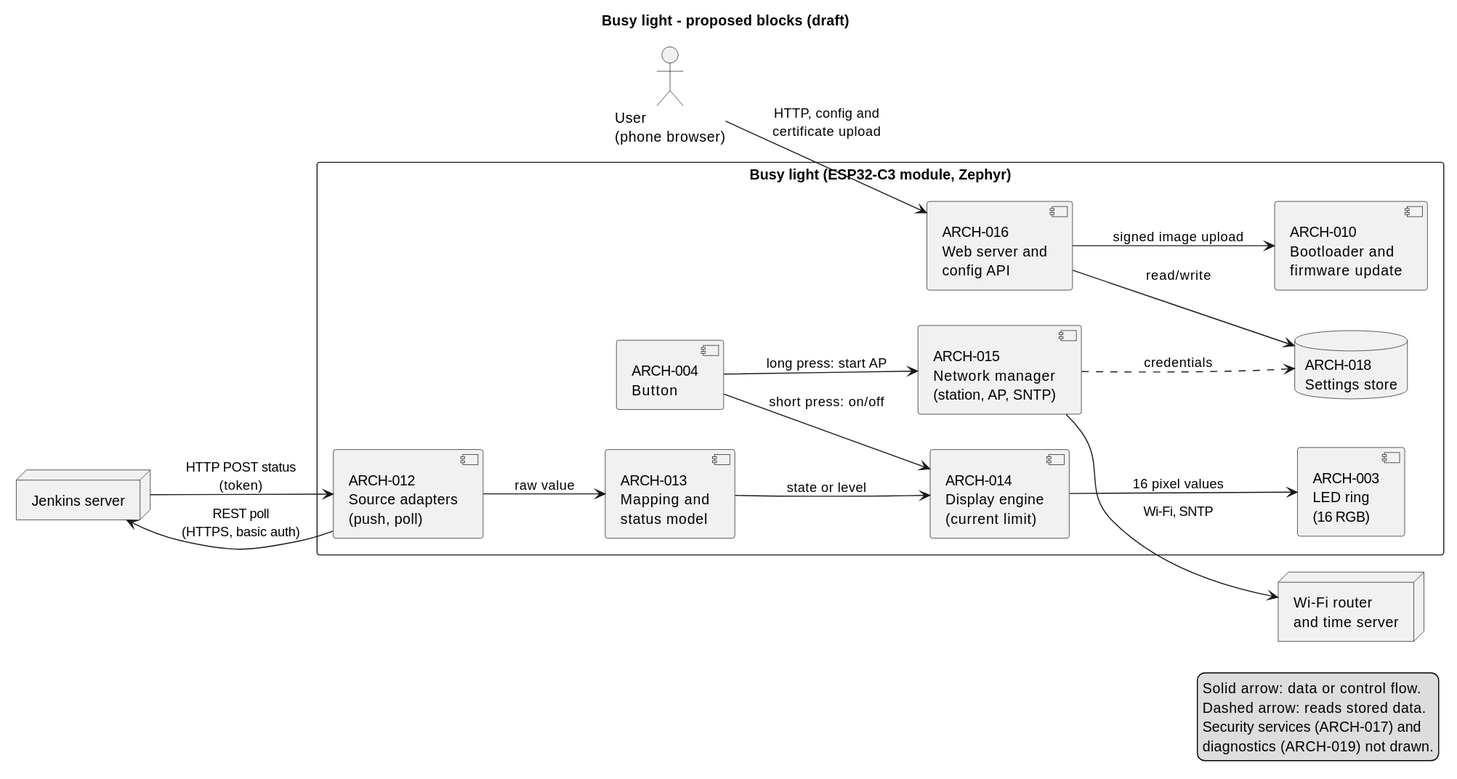
Before: docs/diagrams/generated/plantuml/arch-system-blocks.svg, a diagram exported from PlantUML (spoorcc/busy-light). Its source is kept beside it as docs/diagrams/plantuml/arch-system-blocks.puml. The source it was exported from:
```plantuml
@startuml arch-system-blocks
title Busy light - proposed blocks (draft)
left to right direction

actor "User\n(phone browser)" as user
node "Jenkins server" as jenkins
node "Wi-Fi router\nand time server" as lan

rectangle "Busy light (ESP32-C3 module, Zephyr)" {
  component "ARCH-016\nWeb server and\nconfig API" as web
  component "ARCH-015\nNetwork manager\n(station, AP, SNTP)" as net
  component "ARCH-012\nSource adapters\n(push, poll)" as src
  component "ARCH-013\nMapping and\nstatus model" as map
  component "ARCH-014\nDisplay engine\n(current limit)" as disp
  database "ARCH-018\nSettings store" as store
  component "ARCH-010\nBootloader and\nfirmware update" as boot
  component "ARCH-003\nLED ring\n(16 RGB)" as led
  component "ARCH-004\nButton" as btn
}

user --> web : HTTP, config and\ncertificate upload
jenkins --> src : HTTP POST status\n(token)
src --> jenkins : REST poll\n(HTTPS, basic auth)
net --> lan : Wi-Fi, SNTP
src --> map : raw value
map --> disp : state or level
disp --> led : 16 pixel values
btn --> net : long press: start AP
btn --> disp : short press: on/off
web --> store : read/write
net ..> store : credentials
web --> boot : signed image upload

legend right
  Solid arrow: data or control flow.
  Dashed arrow: reads stored data.
  Security services (ARCH-017) and
  diagnostics (ARCH-019) not drawn.
endlegend
@enduml
```
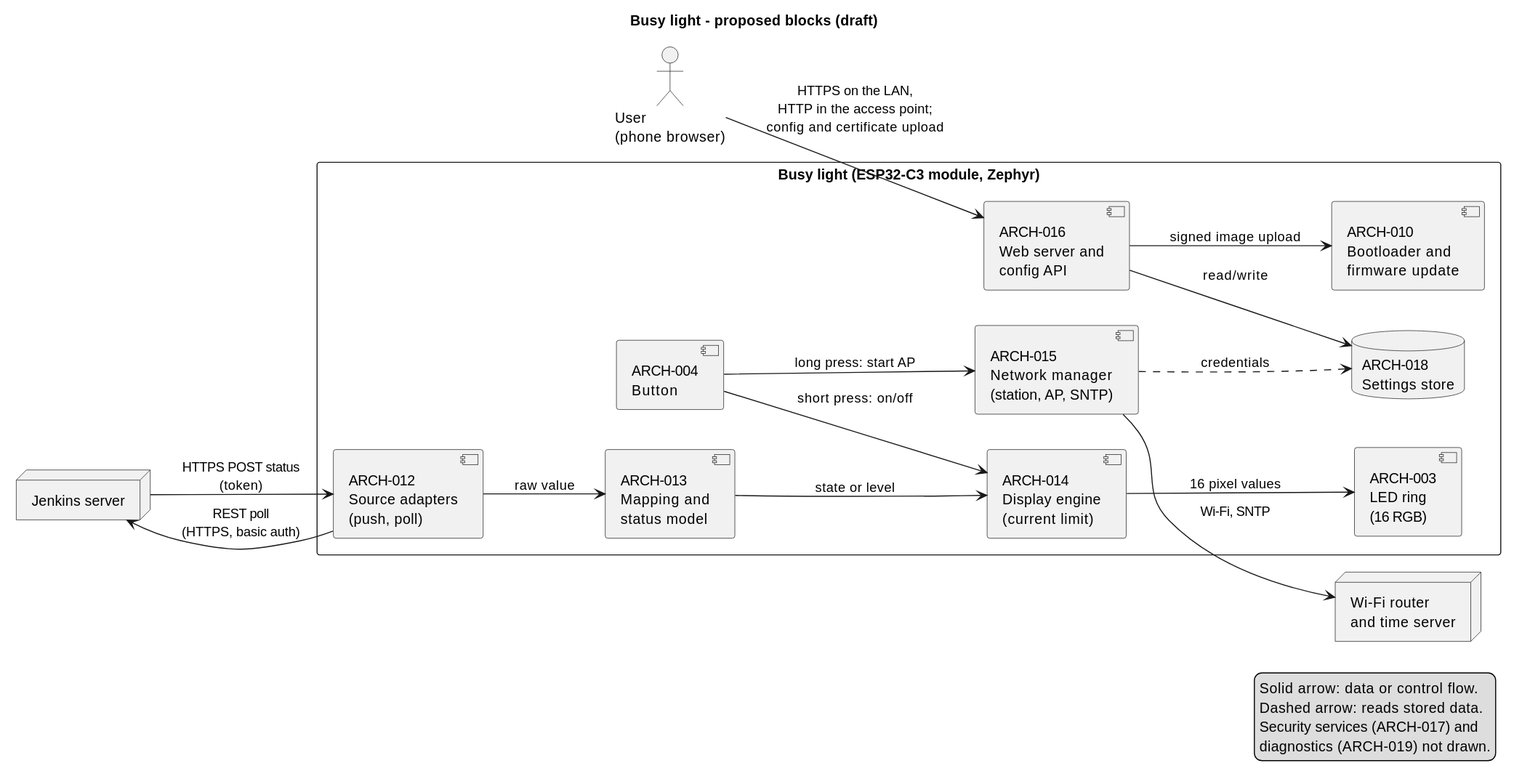
The same file after the commit.

Diff of the diagram source:
```diff
@@ -18,8 +18,8 @@
   component "ARCH-004\nButton" as btn
 }
 
-user --> web : HTTP, config and\ncertificate upload
-jenkins --> src : HTTP POST status\n(token)
+user --> web : HTTPS on the LAN,\nHTTP in the access point;\nconfig and certificate upload
+jenkins --> src : HTTPS POST status\n(token)
 src --> jenkins : REST poll\n(HTTPS, basic auth)
 net --> lan : Wi-Fi, SNTP
 src --> map : raw value
```
